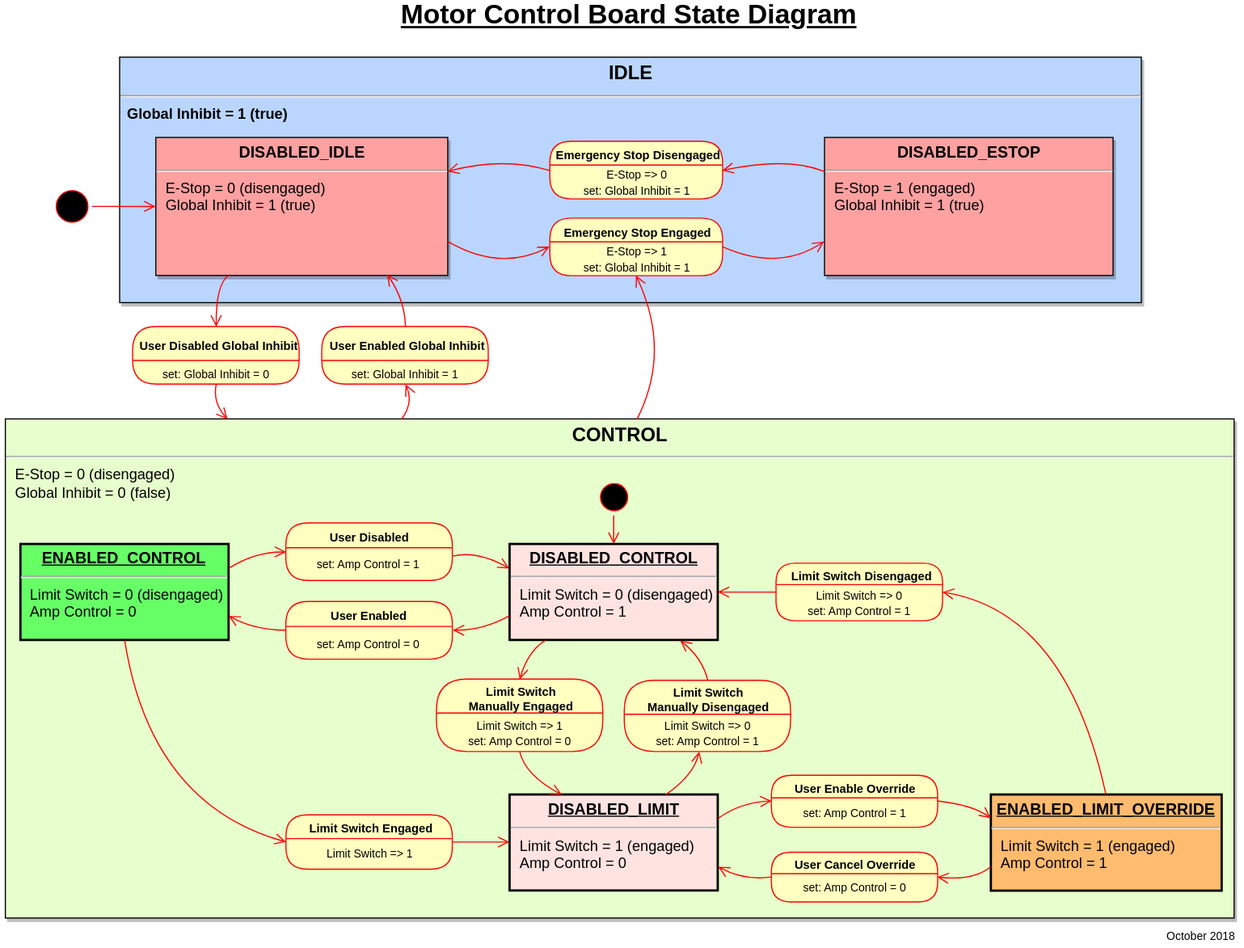
Earlier version of the draw.io export documentation/MCB State Diagram.svg (medlabprojects/MCB_ROS). Source tidied: cells renumbered, new cells last; positions are measured from the earlier drawing's top-left corner, leaving out a move shared by most shapes.
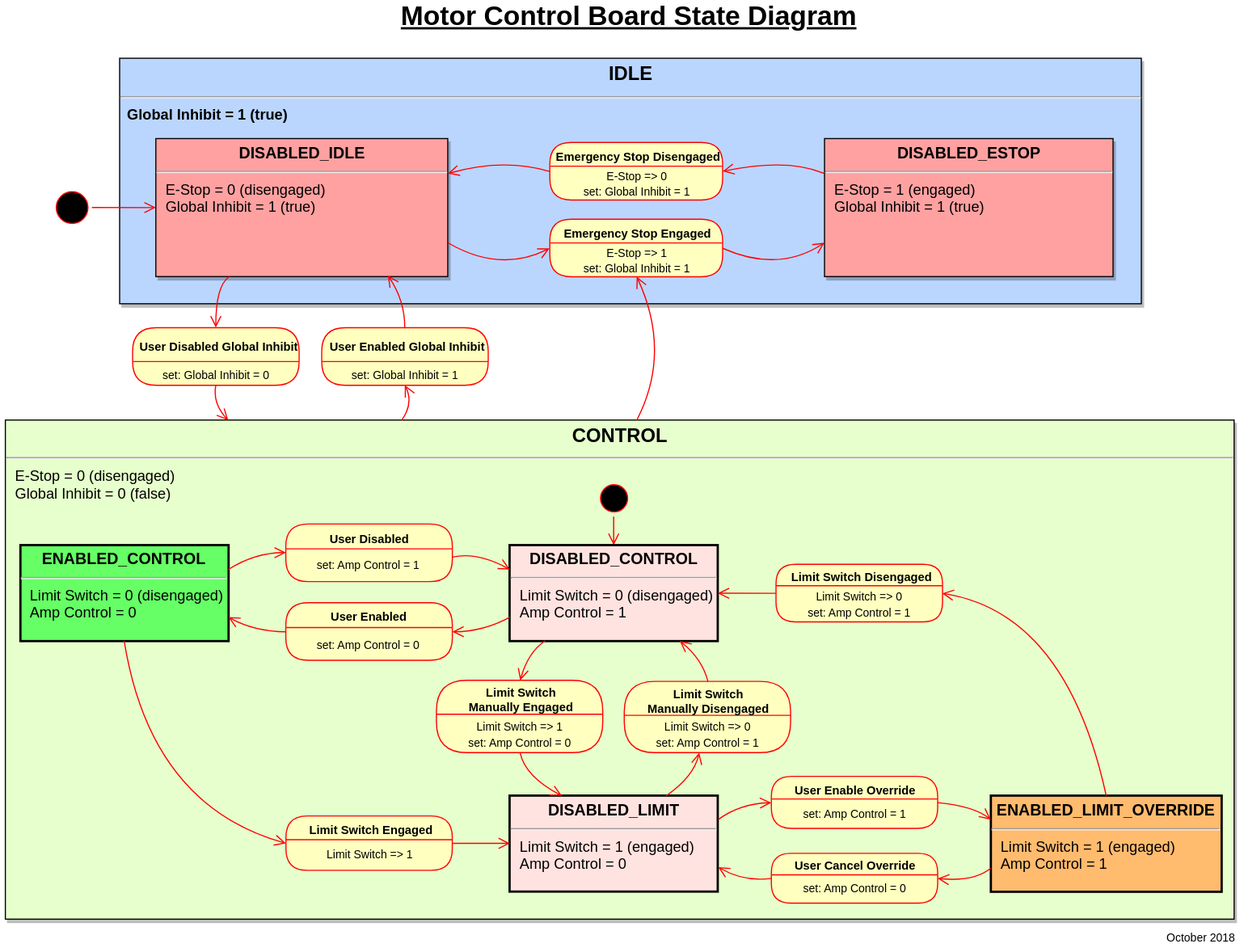
The same diagram one commit later.

Commit message:
Updated state diagrams

What changed in the source:
```diff
@@ -20,16 +20,16 @@
     <mxCell id="7" style="html=1;verticalAlign=bottom;endArrow=open;endSize=8;strokeColor=#ff0000;rounded=0;" parent="6" edge="1" source="44" target="9">
       <mxGeometry relative="1" as="geometry" />
     </mxCell>
-    <mxCell id="8" value="&lt;p style=&quot;margin: 4px 0px 0px ; text-align: center ; text-decoration: underline ; font-size: 14px&quot;&gt;&lt;b&gt;&lt;font style=&quot;font-size: 14px&quot;&gt;ENABLED_CONTROL&lt;/font&gt;&lt;/b&gt;&lt;/p&gt;&lt;hr style=&quot;font-size: 14px&quot;&gt;&lt;p style=&quot;margin: 0px 0px 0px 8px ; font-size: 13px&quot;&gt;&lt;font style=&quot;font-size: 13px&quot;&gt;Limit Switch&lt;font style=&quot;font-size: 13px&quot;&gt;&amp;nbsp;&lt;/font&gt;= 0 (disengaged)&lt;/font&gt;&lt;/p&gt;&lt;p style=&quot;margin: 0px 0px 0px 8px ; font-size: 13px&quot;&gt;&lt;font style=&quot;font-size: 13px&quot;&gt;Amp Control = 0&lt;/font&gt;&lt;/p&gt;&lt;p style=&quot;margin: 0px ; margin-left: 8px&quot;&gt;&lt;br&gt;&lt;/p&gt;" style="verticalAlign=top;align=left;overflow=fill;fontSize=12;fontFamily=Helvetica;html=1;strokeWidth=2;fillColor=#66FF66;strokeColor=#000000;" parent="6" vertex="1">
+    <mxCell id="8" value="&lt;p style=&quot;margin: 4px 0px 0px ; text-align: center ; font-size: 14px&quot;&gt;&lt;b&gt;&lt;font style=&quot;font-size: 14px&quot;&gt;ENABLED_CONTROL&lt;/font&gt;&lt;/b&gt;&lt;/p&gt;&lt;hr style=&quot;font-size: 14px&quot;&gt;&lt;p style=&quot;margin: 0px 0px 0px 8px ; font-size: 13px&quot;&gt;&lt;font style=&quot;font-size: 13px&quot;&gt;Limit Switch&lt;font style=&quot;font-size: 13px&quot;&gt;&amp;nbsp;&lt;/font&gt;= 0 (disengaged)&lt;/font&gt;&lt;/p&gt;&lt;p style=&quot;margin: 0px 0px 0px 8px ; font-size: 13px&quot;&gt;&lt;font style=&quot;font-size: 13px&quot;&gt;Amp Control = 0&lt;/font&gt;&lt;/p&gt;&lt;p style=&quot;margin: 0px ; margin-left: 8px&quot;&gt;&lt;br&gt;&lt;/p&gt;" style="verticalAlign=top;align=left;overflow=fill;fontSize=12;fontFamily=Helvetica;html=1;strokeWidth=2;fillColor=#66FF66;strokeColor=#000000;" parent="6" vertex="1">
       <mxGeometry x="13.3" y="110.5" width="184" height="84.8" as="geometry" />
     </mxCell>
-    <mxCell id="9" value="&lt;p style=&quot;margin: 4px 0px 0px ; text-align: center ; text-decoration: underline ; font-size: 14px&quot;&gt;&lt;b&gt;&lt;font style=&quot;font-size: 14px&quot;&gt;DISABLED_CONTROL&lt;/font&gt;&lt;/b&gt;&lt;/p&gt;&lt;hr style=&quot;font-size: 14px&quot;&gt;&lt;p style=&quot;margin: 0px 0px 0px 8px ; font-size: 13px&quot;&gt;&lt;font style=&quot;font-size: 13px&quot;&gt;Limit Switch&lt;font style=&quot;font-size: 13px&quot;&gt;&amp;nbsp;&lt;/font&gt;= 0 (disengaged)&lt;/font&gt;&lt;/p&gt;&lt;p style=&quot;margin: 0px 0px 0px 8px ; font-size: 13px&quot;&gt;&lt;font style=&quot;font-size: 13px&quot;&gt;Amp Control = 1&lt;/font&gt;&lt;/p&gt;&lt;p style=&quot;margin: 0px ; margin-left: 8px&quot;&gt;&lt;br&gt;&lt;/p&gt;" style="verticalAlign=top;align=left;overflow=fill;fontSize=12;fontFamily=Helvetica;html=1;comic=0;shadow=0;strokeColor=#000000;strokeWidth=2;fillColor=#FFE3E0;" parent="6" vertex="1">
+    <mxCell id="9" value="&lt;p style=&quot;margin: 4px 0px 0px ; text-align: center ; font-size: 14px&quot;&gt;&lt;b&gt;&lt;font style=&quot;font-size: 14px&quot;&gt;DISABLED_CONTROL&lt;/font&gt;&lt;/b&gt;&lt;/p&gt;&lt;hr style=&quot;font-size: 14px&quot;&gt;&lt;p style=&quot;margin: 0px 0px 0px 8px ; font-size: 13px&quot;&gt;&lt;font style=&quot;font-size: 13px&quot;&gt;Limit Switch&lt;font style=&quot;font-size: 13px&quot;&gt;&amp;nbsp;&lt;/font&gt;= 0 (disengaged)&lt;/font&gt;&lt;/p&gt;&lt;p style=&quot;margin: 0px 0px 0px 8px ; font-size: 13px&quot;&gt;&lt;font style=&quot;font-size: 13px&quot;&gt;Amp Control = 1&lt;/font&gt;&lt;/p&gt;&lt;p style=&quot;margin: 0px ; margin-left: 8px&quot;&gt;&lt;br&gt;&lt;/p&gt;" style="verticalAlign=top;align=left;overflow=fill;fontSize=12;fontFamily=Helvetica;html=1;comic=0;shadow=0;strokeColor=#000000;strokeWidth=2;fillColor=#FFE3E0;" parent="6" vertex="1">
       <mxGeometry x="445.6" y="110.5" width="184" height="84.8" as="geometry" />
     </mxCell>
-    <mxCell id="10" value="&lt;p style=&quot;margin: 4px 0px 0px ; text-align: center ; text-decoration: underline ; font-size: 14px&quot;&gt;&lt;b&gt;&lt;font style=&quot;font-size: 14px&quot;&gt;DISABLED_LIMIT&lt;/font&gt;&lt;/b&gt;&lt;/p&gt;&lt;hr style=&quot;font-size: 14px&quot;&gt;&lt;p style=&quot;margin: 0px 0px 0px 8px ; font-size: 13px&quot;&gt;&lt;font style=&quot;font-size: 13px&quot;&gt;Limit Switch&lt;font style=&quot;font-size: 13px&quot;&gt;&amp;nbsp;&lt;/font&gt;= 1 (engaged)&lt;/font&gt;&lt;/p&gt;&lt;p style=&quot;margin: 0px 0px 0px 8px ; font-size: 13px&quot;&gt;&lt;font style=&quot;font-size: 13px&quot;&gt;Amp Control = 0&lt;/font&gt;&lt;/p&gt;&lt;p style=&quot;margin: 0px ; margin-left: 8px&quot;&gt;&lt;br&gt;&lt;/p&gt;" style="verticalAlign=top;align=left;overflow=fill;fontSize=12;fontFamily=Helvetica;html=1;fillColor=#FFE3E0;strokeWidth=2;" parent="6" vertex="1">
+    <mxCell id="10" value="&lt;p style=&quot;margin: 4px 0px 0px ; text-align: center ; font-size: 14px&quot;&gt;&lt;b&gt;&lt;font style=&quot;font-size: 14px&quot;&gt;DISABLED_LIMIT&lt;/font&gt;&lt;/b&gt;&lt;/p&gt;&lt;hr style=&quot;font-size: 14px&quot;&gt;&lt;p style=&quot;margin: 0px 0px 0px 8px ; font-size: 13px&quot;&gt;&lt;font style=&quot;font-size: 13px&quot;&gt;Limit Switch&lt;font style=&quot;font-size: 13px&quot;&gt;&amp;nbsp;&lt;/font&gt;= 1 (engaged)&lt;/font&gt;&lt;/p&gt;&lt;p style=&quot;margin: 0px 0px 0px 8px ; font-size: 13px&quot;&gt;&lt;font style=&quot;font-size: 13px&quot;&gt;Amp Control = 0&lt;/font&gt;&lt;/p&gt;&lt;p style=&quot;margin: 0px ; margin-left: 8px&quot;&gt;&lt;br&gt;&lt;/p&gt;" style="verticalAlign=top;align=left;overflow=fill;fontSize=12;fontFamily=Helvetica;html=1;fillColor=#FFE3E0;strokeWidth=2;" parent="6" vertex="1">
       <mxGeometry x="445.6" y="332" width="184" height="84.8" as="geometry" />
     </mxCell>
-    <mxCell id="11" value="&lt;p style=&quot;margin: 4px 0px 0px ; text-align: center ; text-decoration: underline ; font-size: 14px&quot;&gt;&lt;b&gt;&lt;font style=&quot;font-size: 14px&quot;&gt;ENABLED_LIMIT_OVERRIDE&lt;/font&gt;&lt;/b&gt;&lt;/p&gt;&lt;hr style=&quot;font-size: 14px&quot;&gt;&lt;p style=&quot;margin: 0px 0px 0px 8px ; font-size: 13px&quot;&gt;&lt;font style=&quot;font-size: 13px&quot;&gt;Limit Switch&lt;font style=&quot;font-size: 13px&quot;&gt;&amp;nbsp;&lt;/font&gt;= 1 (engaged)&lt;/font&gt;&lt;/p&gt;&lt;p style=&quot;margin: 0px 0px 0px 8px ; font-size: 13px&quot;&gt;&lt;font style=&quot;font-size: 13px&quot;&gt;Amp Control = 1&lt;/font&gt;&lt;/p&gt;&lt;p style=&quot;margin: 0px ; margin-left: 8px&quot;&gt;&lt;br&gt;&lt;/p&gt;" style="verticalAlign=top;align=left;overflow=fill;fontSize=12;fontFamily=Helvetica;html=1;fillColor=#FFBB6E;strokeWidth=2;perimeterSpacing=0;" parent="6" vertex="1">
+    <mxCell id="11" value="&lt;p style=&quot;margin: 4px 0px 0px ; text-align: center ; font-size: 14px&quot;&gt;&lt;b&gt;&lt;font style=&quot;font-size: 14px&quot;&gt;ENABLED_LIMIT_OVERRIDE&lt;/font&gt;&lt;/b&gt;&lt;/p&gt;&lt;hr style=&quot;font-size: 14px&quot;&gt;&lt;p style=&quot;margin: 0px 0px 0px 8px ; font-size: 13px&quot;&gt;&lt;font style=&quot;font-size: 13px&quot;&gt;Limit Switch&lt;font style=&quot;font-size: 13px&quot;&gt;&amp;nbsp;&lt;/font&gt;= 1 (engaged)&lt;/font&gt;&lt;/p&gt;&lt;p style=&quot;margin: 0px 0px 0px 8px ; font-size: 13px&quot;&gt;&lt;font style=&quot;font-size: 13px&quot;&gt;Amp Control = 1&lt;/font&gt;&lt;/p&gt;&lt;p style=&quot;margin: 0px ; margin-left: 8px&quot;&gt;&lt;br&gt;&lt;/p&gt;" style="verticalAlign=top;align=left;overflow=fill;fontSize=12;fontFamily=Helvetica;html=1;fillColor=#FFBB6E;strokeWidth=2;perimeterSpacing=0;" parent="6" vertex="1">
       <mxGeometry x="871" y="332" width="204" height="85" as="geometry" />
     </mxCell>
     <mxCell id="12" value="User Enabled" style="swimlane;html=1;fontStyle=1;align=center;verticalAlign=middle;horizontal=1;startSize=22;fontColor=#000000;rounded=1;arcSize=30;strokeColor=#ff0000;fillColor=#ffffc0;swimlaneFillColor=#ffffc0;fontSize=10.5;" parent="6" vertex="1">
```
